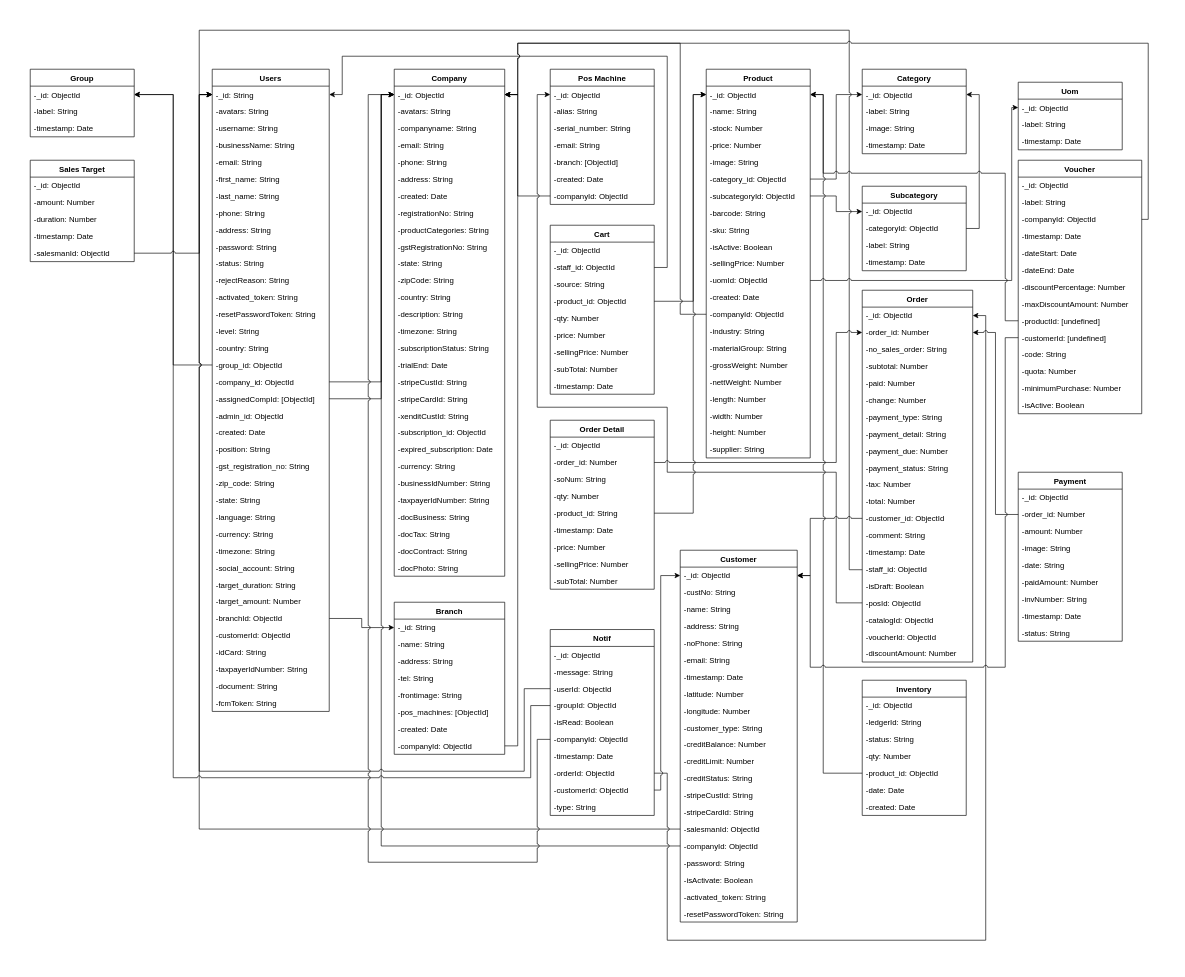
Before: Baskit Database ERD.drawio in qadzifi-baskit/baskit-diagram, a draw.io diagram. Source tidied: cells renumbered, new cells numbered last; positions are measured from the earlier drawing's top-left corner, leaving out a move shared by most shapes. Both pictures are drawn from the tidied source at 65%, with x=0, y=0 at pixel (30, 30).
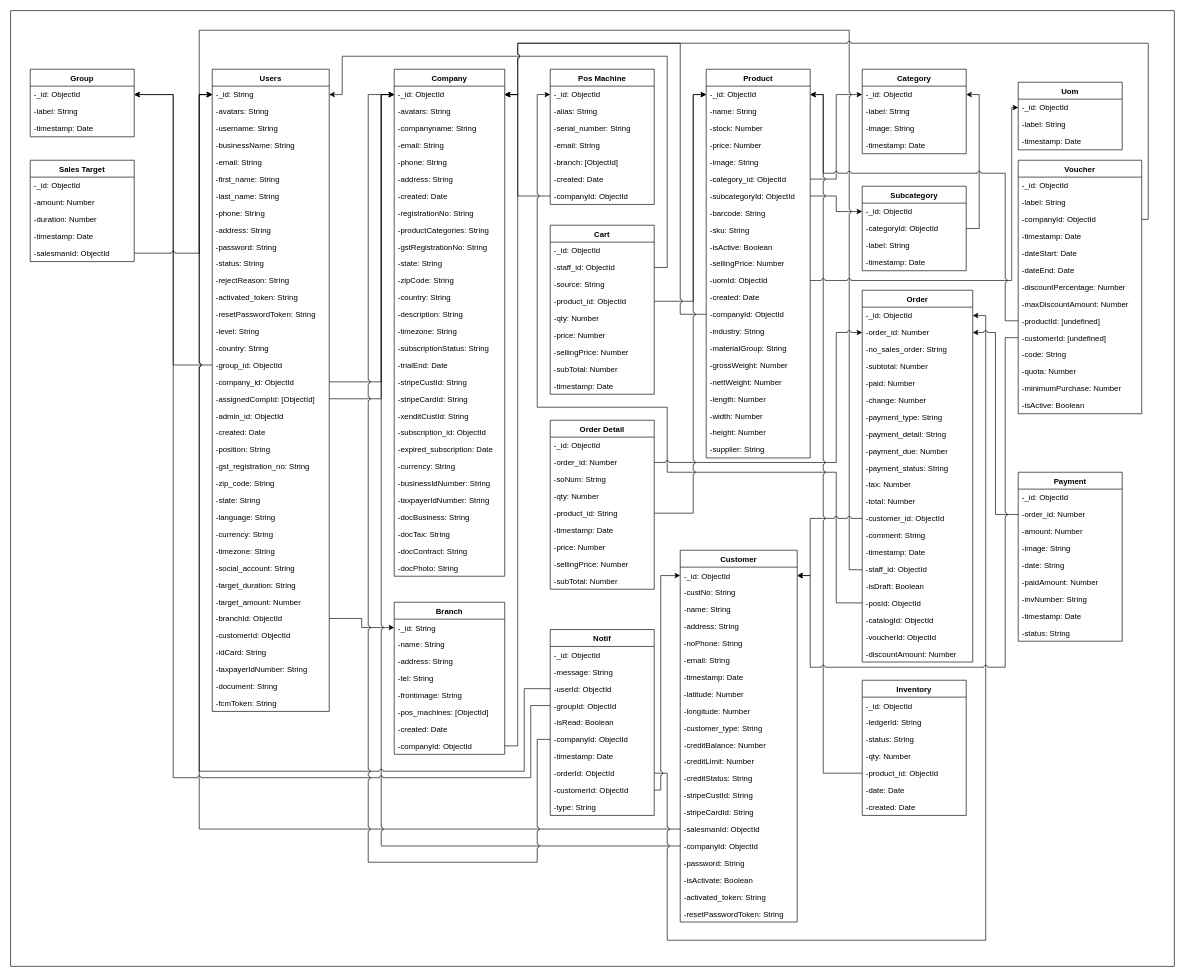
After the change.

Commit message:
add backgroun border

Diff of the diagram source:
```diff
@@
+    <mxCell id="273" style="rounded=0;whiteSpace=wrap;html=1;" parent="1" vertex="1">
+      <mxGeometry x="-30" y="-30" width="1790" height="1470" as="geometry" />
+    </mxCell>
```
